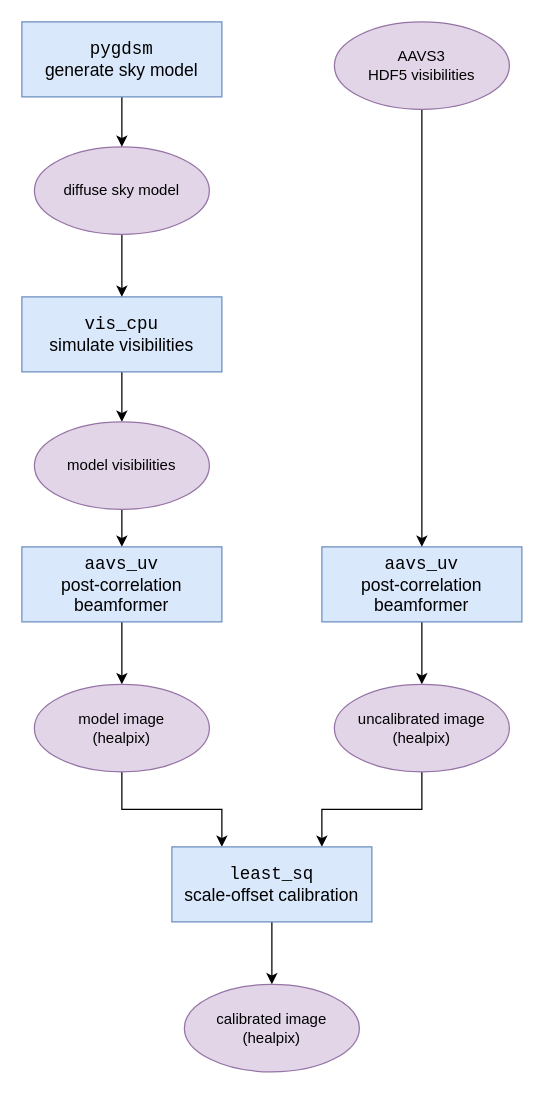
ska-low/aavs_uv keeps this draw.io diagram as page "Page-2" (2 of 3) of docs/diagrams/uv_flow.drawio. Above is the earlier version. Source tidied: cells renumbered, new cells numbered last; positions are measured from the earlier drawing's top-left corner, leaving out a move shared by most shapes. Both pictures are drawn from the tidied source at 125%, with x=0, y=0 at pixel (21, 21).
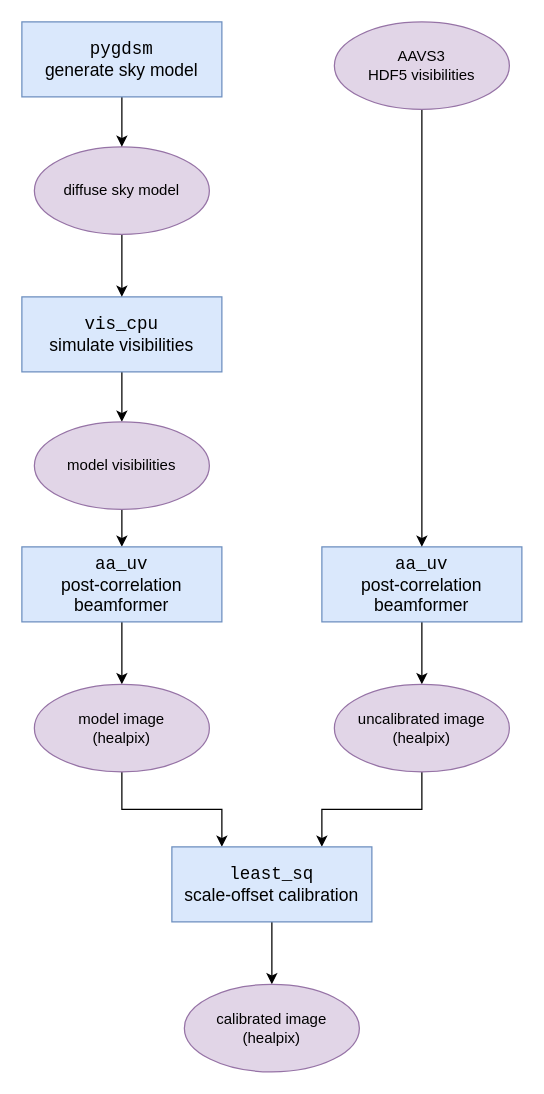
Above is the later version.

The edit, as a diff of the source:
```diff
@@
-    <mxCell id="3" value="&lt;font face=&quot;Courier New&quot;&gt;aavs_uv&lt;/font&gt;&lt;br&gt;post-correlation&lt;br&gt;beamformer" style="rounded=0;whiteSpace=wrap;html=1;fillColor=#dae8fc;strokeColor=#6c8ebf;fontSize=14;" parent="1" vertex="1">
+    <mxCell id="3" value="&lt;font face=&quot;Courier New&quot;&gt;aa_uv&lt;/font&gt;&lt;br&gt;post-correlation&lt;br&gt;beamformer" style="rounded=0;whiteSpace=wrap;html=1;fillColor=#dae8fc;strokeColor=#6c8ebf;fontSize=14;" parent="1" vertex="1">
       <mxGeometry x="240" y="420" width="160" height="60" as="geometry" />
     </mxCell>
@@
-    <mxCell id="17" value="&lt;font face=&quot;Courier New&quot;&gt;aavs_uv&lt;/font&gt;&lt;br&gt;post-correlation&lt;br&gt;beamformer" style="rounded=0;whiteSpace=wrap;html=1;fillColor=#dae8fc;strokeColor=#6c8ebf;fontSize=14;" parent="1" vertex="1">
+    <mxCell id="17" value="&lt;font face=&quot;Courier New&quot;&gt;aa_uv&lt;/font&gt;&lt;br&gt;post-correlation&lt;br&gt;beamformer" style="rounded=0;whiteSpace=wrap;html=1;fillColor=#dae8fc;strokeColor=#6c8ebf;fontSize=14;" parent="1" vertex="1">
       <mxGeometry y="420" width="160" height="60" as="geometry" />
     </mxCell>
```
